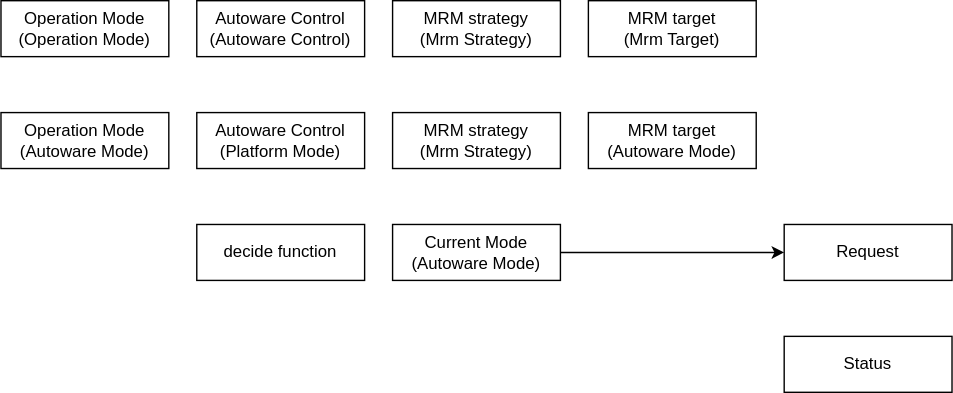
Earlier version of the draw.io export system/autoware_system_mode_decider/doc/data-flow.drawio.svg (isamu-takagi/autoware_universe). Source tidied: cells renumbered, new cells last; positions are measured from the earlier drawing's top-left corner, leaving out a move shared by most shapes.
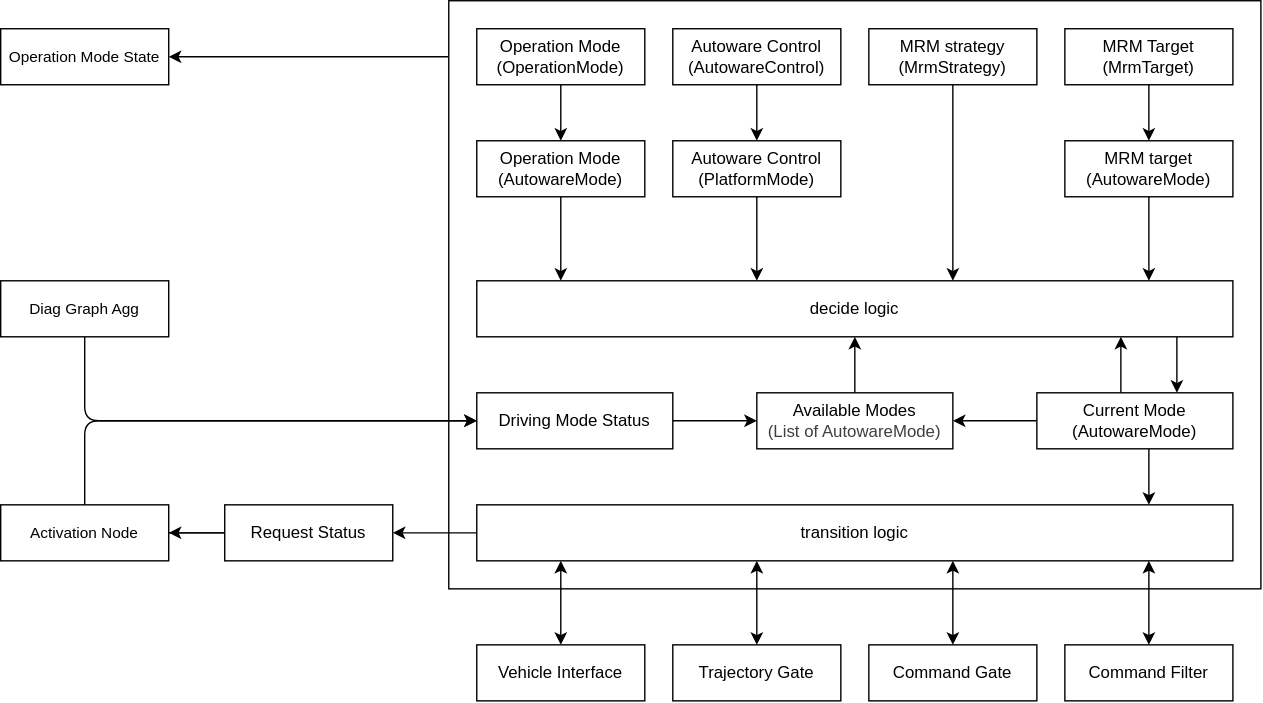
After the change.

Change to the diagram source:
```diff
@@ -2,44 +2,203 @@
   <root>
     <mxCell id="0" />
     <mxCell id="1" parent="0" />
+    <mxCell id="15" style="edgeStyle=orthogonalEdgeStyle;shape=connector;rounded=1;html=1;strokeColor=default;align=center;verticalAlign=middle;fontFamily=Helvetica;fontSize=11;fontColor=default;labelBackgroundColor=default;endArrow=classic;" parent="1" edge="1" source="16" target="47">
+      <mxGeometry relative="1" as="geometry">
+        <Array as="points">
+          <mxPoint x="-160" y="20" />
+          <mxPoint x="-160" y="20" />
+        </Array>
+      </mxGeometry>
+    </mxCell>
+    <mxCell id="16" style="rounded=0;whiteSpace=wrap;html=1;" parent="1" vertex="1">
+      <mxGeometry x="-20" y="-20" width="580" height="420" as="geometry" />
+    </mxCell>
+    <mxCell id="17" style="edgeStyle=none;html=1;" parent="1" edge="1" source="2" target="6">
+      <mxGeometry relative="1" as="geometry" />
+    </mxCell>
-    <mxCell id="2" value="Operation Mode&lt;div&gt;(Operation Mode)&lt;/div&gt;" style="rounded=0;whiteSpace=wrap;html=1;" parent="1" vertex="1">
+    <mxCell id="2" value="Operation Mode&lt;div&gt;(OperationMode)&lt;/div&gt;" style="rounded=0;whiteSpace=wrap;html=1;" parent="1" vertex="1">
       <mxGeometry width="120" height="40" as="geometry" />
     </mxCell>
+    <mxCell id="18" style="edgeStyle=none;html=1;" parent="1" edge="1" source="3" target="7">
+      <mxGeometry relative="1" as="geometry" />
+    </mxCell>
-    <mxCell id="3" value="Autoware Control&lt;div&gt;(Autoware Control)&lt;/div&gt;" style="rounded=0;whiteSpace=wrap;html=1;" parent="1" vertex="1">
+    <mxCell id="3" value="Autoware Control&lt;div&gt;(AutowareControl)&lt;/div&gt;" style="rounded=0;whiteSpace=wrap;html=1;" parent="1" vertex="1">
       <mxGeometry x="140" width="120" height="40" as="geometry" />
     </mxCell>
+    <mxCell id="19" style="edgeStyle=orthogonalEdgeStyle;shape=connector;rounded=1;html=1;strokeColor=default;align=center;verticalAlign=middle;fontFamily=Helvetica;fontSize=11;fontColor=default;labelBackgroundColor=default;endArrow=classic;" parent="1" edge="1" source="4" target="12">
+      <mxGeometry relative="1" as="geometry">
+        <Array as="points">
+          <mxPoint x="340" y="150" />
+          <mxPoint x="340" y="150" />
+        </Array>
+      </mxGeometry>
+    </mxCell>
-    <mxCell id="4" value="MRM strategy&lt;div&gt;(Mrm Strategy)&lt;/div&gt;" style="rounded=0;whiteSpace=wrap;html=1;" parent="1" vertex="1">
+    <mxCell id="4" value="MRM strategy&lt;div&gt;(MrmStrategy)&lt;/div&gt;" style="rounded=0;whiteSpace=wrap;html=1;" parent="1" vertex="1">
       <mxGeometry x="280" width="120" height="40" as="geometry" />
     </mxCell>
+    <mxCell id="20" style="edgeStyle=none;html=1;" parent="1" edge="1" source="5" target="9">
+      <mxGeometry relative="1" as="geometry" />
+    </mxCell>
-    <mxCell id="5" value="MRM target&lt;div&gt;(Mrm Target)&lt;/div&gt;" style="rounded=0;whiteSpace=wrap;html=1;" parent="1" vertex="1">
+    <mxCell id="5" value="MRM Target&lt;div&gt;(MrmTarget)&lt;/div&gt;" style="rounded=0;whiteSpace=wrap;html=1;" parent="1" vertex="1">
       <mxGeometry x="420" width="120" height="40" as="geometry" />
     </mxCell>
+    <mxCell id="21" style="edgeStyle=orthogonalEdgeStyle;shape=connector;rounded=1;html=1;strokeColor=default;align=center;verticalAlign=middle;fontFamily=Helvetica;fontSize=11;fontColor=default;labelBackgroundColor=default;endArrow=classic;" parent="1" edge="1" source="6" target="12">
+      <mxGeometry relative="1" as="geometry">
+        <Array as="points">
+          <mxPoint x="60" y="160" />
+          <mxPoint x="60" y="160" />
+        </Array>
+      </mxGeometry>
+    </mxCell>
-    <mxCell id="6" value="Operation Mode&lt;div&gt;(Autoware Mode)&lt;/div&gt;" style="rounded=0;whiteSpace=wrap;html=1;" parent="1" vertex="1">
+    <mxCell id="6" value="Operation Mode&lt;div&gt;(AutowareMode)&lt;/div&gt;" style="rounded=0;whiteSpace=wrap;html=1;" parent="1" vertex="1">
       <mxGeometry y="80" width="120" height="40" as="geometry" />
     </mxCell>
+    <mxCell id="22" style="edgeStyle=orthogonalEdgeStyle;shape=connector;rounded=1;html=1;strokeColor=default;align=center;verticalAlign=middle;fontFamily=Helvetica;fontSize=11;fontColor=default;labelBackgroundColor=default;endArrow=classic;" parent="1" edge="1" source="7" target="12">
+      <mxGeometry relative="1" as="geometry">
+        <Array as="points">
+          <mxPoint x="200" y="170" />
+          <mxPoint x="200" y="170" />
+        </Array>
+      </mxGeometry>
+    </mxCell>
-    <mxCell id="7" value="Autoware Control&lt;div&gt;(Platform Mode)&lt;/div&gt;" style="rounded=0;whiteSpace=wrap;html=1;" parent="1" vertex="1">
+    <mxCell id="7" value="Autoware Control&lt;div&gt;(PlatformMode)&lt;/div&gt;" style="rounded=0;whiteSpace=wrap;html=1;" parent="1" vertex="1">
       <mxGeometry x="140" y="80" width="120" height="40" as="geometry" />
     </mxCell>
-    <mxCell id="8" value="MRM strategy&lt;div&gt;(Mrm Strategy)&lt;/div&gt;" style="rounded=0;whiteSpace=wrap;html=1;" parent="1" vertex="1">
-      <mxGeometry x="280" y="80" width="120" height="40" as="geometry" />
-    </mxCell>
+    <mxCell id="23" style="edgeStyle=orthogonalEdgeStyle;shape=connector;rounded=1;html=1;strokeColor=default;align=center;verticalAlign=middle;fontFamily=Helvetica;fontSize=11;fontColor=default;labelBackgroundColor=default;endArrow=classic;" parent="1" edge="1" source="9" target="12">
+      <mxGeometry relative="1" as="geometry">
+        <Array as="points">
+          <mxPoint x="480" y="170" />
+          <mxPoint x="480" y="170" />
+        </Array>
+      </mxGeometry>
+    </mxCell>
-    <mxCell id="9" value="MRM target&lt;div&gt;(Autoware Mode)&lt;/div&gt;" style="rounded=0;whiteSpace=wrap;html=1;" parent="1" vertex="1">
+    <mxCell id="9" value="MRM target&lt;div&gt;(AutowareMode)&lt;/div&gt;" style="rounded=0;whiteSpace=wrap;html=1;" parent="1" vertex="1">
       <mxGeometry x="420" y="80" width="120" height="40" as="geometry" />
     </mxCell>
-    <mxCell id="10" style="edgeStyle=none;html=1;" parent="1" edge="1" source="11" target="13">
-      <mxGeometry relative="1" as="geometry" />
-    </mxCell>
+    <mxCell id="24" style="edgeStyle=none;html=1;" parent="1" edge="1" source="11" target="30">
+      <mxGeometry relative="1" as="geometry" />
+    </mxCell>
+    <mxCell id="25" style="edgeStyle=orthogonalEdgeStyle;shape=connector;rounded=1;html=1;strokeColor=default;align=center;verticalAlign=middle;fontFamily=Helvetica;fontSize=11;fontColor=default;labelBackgroundColor=default;endArrow=classic;" parent="1" edge="1" source="11" target="12">
+      <mxGeometry relative="1" as="geometry">
+        <Array as="points">
+          <mxPoint x="460" y="240" />
+          <mxPoint x="460" y="240" />
+        </Array>
+      </mxGeometry>
+    </mxCell>
+    <mxCell id="26" style="edgeStyle=orthogonalEdgeStyle;shape=connector;rounded=1;html=1;strokeColor=default;align=center;verticalAlign=middle;fontFamily=Helvetica;fontSize=11;fontColor=default;labelBackgroundColor=default;endArrow=classic;" parent="1" edge="1" source="11" target="32">
+      <mxGeometry relative="1" as="geometry">
+        <Array as="points">
+          <mxPoint x="480" y="330" />
+          <mxPoint x="480" y="330" />
+        </Array>
+      </mxGeometry>
+    </mxCell>
-    <mxCell id="11" value="Current Mode&lt;div&gt;(Autoware Mode)&lt;/div&gt;" style="rounded=0;whiteSpace=wrap;html=1;" parent="1" vertex="1">
-      <mxGeometry x="280" y="160" width="120" height="40" as="geometry" />
+    <mxCell id="11" value="Current Mode&lt;div&gt;(AutowareMode)&lt;/div&gt;" style="rounded=0;whiteSpace=wrap;html=1;" parent="1" vertex="1">
+      <mxGeometry x="400" y="260" width="140" height="40" as="geometry" />
     </mxCell>
+    <mxCell id="27" style="edgeStyle=orthogonalEdgeStyle;shape=connector;rounded=1;html=1;strokeColor=default;align=center;verticalAlign=middle;fontFamily=Helvetica;fontSize=11;fontColor=default;labelBackgroundColor=default;endArrow=classic;" parent="1" edge="1" source="12" target="11">
+      <mxGeometry relative="1" as="geometry">
+        <Array as="points">
+          <mxPoint x="500" y="240" />
+          <mxPoint x="500" y="240" />
+        </Array>
+      </mxGeometry>
+    </mxCell>
-    <mxCell id="12" value="decide function" style="rounded=0;whiteSpace=wrap;html=1;" parent="1" vertex="1">
-      <mxGeometry x="140" y="160" width="120" height="40" as="geometry" />
+    <mxCell id="12" value="decide&amp;nbsp;&lt;span style=&quot;color: rgb(0, 0, 0);&quot;&gt;logic&lt;/span&gt;" style="rounded=0;whiteSpace=wrap;html=1;" parent="1" vertex="1">
+      <mxGeometry y="180" width="540" height="40" as="geometry" />
     </mxCell>
-    <mxCell id="13" value="Request" style="rounded=0;whiteSpace=wrap;html=1;" parent="1" vertex="1">
-      <mxGeometry x="560" y="160" width="120" height="40" as="geometry" />
-    </mxCell>
+    <mxCell id="28" style="edgeStyle=none;html=1;" parent="1" edge="1" source="14" target="30">
+      <mxGeometry relative="1" as="geometry" />
+    </mxCell>
-    <mxCell id="14" value="Status" style="rounded=0;whiteSpace=wrap;html=1;" parent="1" vertex="1">
-      <mxGeometry x="560" y="240" width="120" height="40" as="geometry" />
+    <mxCell id="14" value="Driving Mode Status" style="rounded=0;whiteSpace=wrap;html=1;" parent="1" vertex="1">
+      <mxGeometry y="260" width="140" height="40" as="geometry" />
     </mxCell>
+    <mxCell id="29" style="edgeStyle=orthogonalEdgeStyle;shape=connector;rounded=1;html=1;strokeColor=default;align=center;verticalAlign=middle;fontFamily=Helvetica;fontSize=11;fontColor=default;labelBackgroundColor=default;endArrow=classic;" parent="1" edge="1" source="30" target="12">
+      <mxGeometry relative="1" as="geometry" />
+    </mxCell>
+    <mxCell id="30" value="Available Modes&lt;div&gt;&lt;span style=&quot;color: rgb(63, 63, 63);&quot;&gt;(List of AutowareMode)&lt;/span&gt;&lt;/div&gt;" style="rounded=0;whiteSpace=wrap;html=1;" parent="1" vertex="1">
+      <mxGeometry x="200" y="260" width="140" height="40" as="geometry" />
+    </mxCell>
+    <mxCell id="31" style="edgeStyle=orthogonalEdgeStyle;shape=connector;rounded=1;html=1;strokeColor=default;align=center;verticalAlign=middle;fontFamily=Helvetica;fontSize=11;fontColor=default;labelBackgroundColor=default;endArrow=classic;" parent="1" edge="1" source="32" target="44">
+      <mxGeometry relative="1" as="geometry" />
+    </mxCell>
+    <mxCell id="32" value="transition logic" style="rounded=0;whiteSpace=wrap;html=1;" parent="1" vertex="1">
+      <mxGeometry y="340" width="540" height="40" as="geometry" />
+    </mxCell>
+    <mxCell id="33" style="edgeStyle=orthogonalEdgeStyle;shape=connector;rounded=1;html=1;strokeColor=default;align=center;verticalAlign=middle;fontFamily=Helvetica;fontSize=11;fontColor=default;labelBackgroundColor=default;endArrow=classic;startArrow=classic;startFill=1;" parent="1" edge="1" source="34" target="32">
+      <mxGeometry relative="1" as="geometry">
+        <Array as="points">
+          <mxPoint x="200" y="400" />
+          <mxPoint x="200" y="400" />
+        </Array>
+      </mxGeometry>
+    </mxCell>
+    <mxCell id="34" value="Trajectory Gate" style="rounded=0;whiteSpace=wrap;html=1;" parent="1" vertex="1">
+      <mxGeometry x="140" y="440" width="120" height="40" as="geometry" />
+    </mxCell>
+    <mxCell id="35" style="edgeStyle=orthogonalEdgeStyle;shape=connector;rounded=1;html=1;strokeColor=default;align=center;verticalAlign=middle;fontFamily=Helvetica;fontSize=11;fontColor=default;labelBackgroundColor=default;endArrow=classic;startArrow=classic;startFill=1;" parent="1" edge="1" source="36" target="32">
+      <mxGeometry relative="1" as="geometry">
+        <Array as="points">
+          <mxPoint x="340" y="400" />
+          <mxPoint x="340" y="400" />
+        </Array>
+      </mxGeometry>
+    </mxCell>
+    <mxCell id="36" value="Command Gate" style="rounded=0;whiteSpace=wrap;html=1;" parent="1" vertex="1">
+      <mxGeometry x="280" y="440" width="120" height="40" as="geometry" />
+    </mxCell>
+    <mxCell id="37" style="edgeStyle=orthogonalEdgeStyle;shape=connector;rounded=1;html=1;strokeColor=default;align=center;verticalAlign=middle;fontFamily=Helvetica;fontSize=11;fontColor=default;labelBackgroundColor=default;endArrow=classic;startArrow=classic;startFill=1;" parent="1" edge="1" source="38" target="32">
+      <mxGeometry relative="1" as="geometry">
+        <Array as="points">
+          <mxPoint x="480" y="410" />
+          <mxPoint x="480" y="410" />
+        </Array>
+      </mxGeometry>
+    </mxCell>
+    <mxCell id="38" value="Command Filter" style="rounded=0;whiteSpace=wrap;html=1;" parent="1" vertex="1">
+      <mxGeometry x="420" y="440" width="120" height="40" as="geometry" />
+    </mxCell>
+    <mxCell id="39" style="edgeStyle=orthogonalEdgeStyle;shape=connector;rounded=1;html=1;strokeColor=default;align=center;verticalAlign=middle;fontFamily=Helvetica;fontSize=11;fontColor=default;labelBackgroundColor=default;endArrow=classic;" parent="1" edge="1" source="44" target="41">
+      <mxGeometry relative="1" as="geometry" />
+    </mxCell>
+    <mxCell id="40" style="edgeStyle=orthogonalEdgeStyle;shape=connector;rounded=1;html=1;strokeColor=default;align=center;verticalAlign=middle;fontFamily=Helvetica;fontSize=11;fontColor=default;labelBackgroundColor=default;endArrow=classic;" parent="1" edge="1" source="44" target="14">
+      <mxGeometry relative="1" as="geometry">
+        <Array as="points">
+          <mxPoint x="-280" y="360" />
+          <mxPoint x="-280" y="280" />
+        </Array>
+      </mxGeometry>
+    </mxCell>
+    <mxCell id="41" value="Activation Node" style="rounded=0;whiteSpace=wrap;html=1;fontFamily=Helvetica;fontSize=11;fontColor=default;labelBackgroundColor=default;" parent="1" vertex="1">
+      <mxGeometry x="-340" y="340" width="120" height="40" as="geometry" />
+    </mxCell>
+    <mxCell id="42" style="edgeStyle=orthogonalEdgeStyle;shape=connector;rounded=1;html=1;strokeColor=default;align=center;verticalAlign=middle;fontFamily=Helvetica;fontSize=11;fontColor=default;labelBackgroundColor=default;endArrow=classic;" parent="1" edge="1" source="43" target="14">
+      <mxGeometry relative="1" as="geometry">
+        <Array as="points">
+          <mxPoint x="-280" y="280" />
+        </Array>
+      </mxGeometry>
+    </mxCell>
+    <mxCell id="43" value="Diag Graph Agg" style="rounded=0;whiteSpace=wrap;html=1;fontFamily=Helvetica;fontSize=11;fontColor=default;labelBackgroundColor=default;" parent="1" vertex="1">
+      <mxGeometry x="-340" y="180" width="120" height="40" as="geometry" />
+    </mxCell>
+    <mxCell id="44" value="Request Status" style="rounded=0;whiteSpace=wrap;html=1;" parent="1" vertex="1">
+      <mxGeometry x="-180" y="340" width="120" height="40" as="geometry" />
+    </mxCell>
+    <mxCell id="45" style="edgeStyle=orthogonalEdgeStyle;shape=connector;rounded=1;html=1;strokeColor=default;align=center;verticalAlign=middle;fontFamily=Helvetica;fontSize=11;fontColor=default;labelBackgroundColor=default;endArrow=classic;startArrow=classic;startFill=1;" parent="1" edge="1" source="46" target="32">
+      <mxGeometry relative="1" as="geometry">
+        <Array as="points">
+          <mxPoint x="60" y="420" />
+          <mxPoint x="60" y="420" />
+        </Array>
+      </mxGeometry>
+    </mxCell>
+    <mxCell id="46" value="Vehicle Interface" style="rounded=0;whiteSpace=wrap;html=1;" parent="1" vertex="1">
+      <mxGeometry y="440" width="120" height="40" as="geometry" />
+    </mxCell>
+    <mxCell id="47" value="Operation Mode State" style="rounded=0;whiteSpace=wrap;html=1;fontFamily=Helvetica;fontSize=11;fontColor=default;labelBackgroundColor=default;" parent="1" vertex="1">
+      <mxGeometry x="-340" width="120" height="40" as="geometry" />
+    </mxCell>
   </root>
 </mxGraphModel>
```
